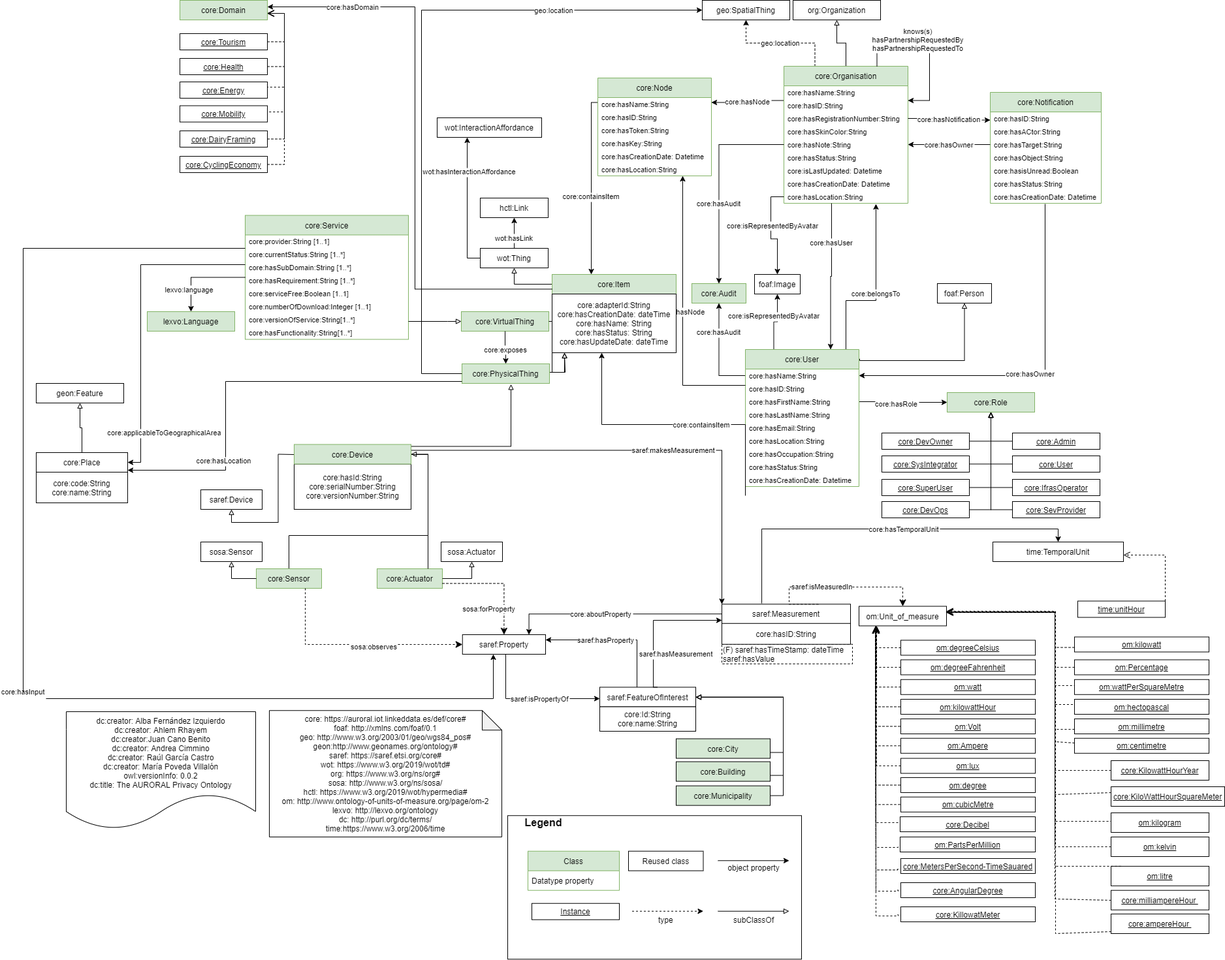
Earlier version of the draw.io export diagrams/core.png (oeg-upm/auroral-core-ontology). Source tidied: cells renumbered, new cells last; positions are measured from the earlier drawing's top-left corner, leaving out a move shared by most shapes.
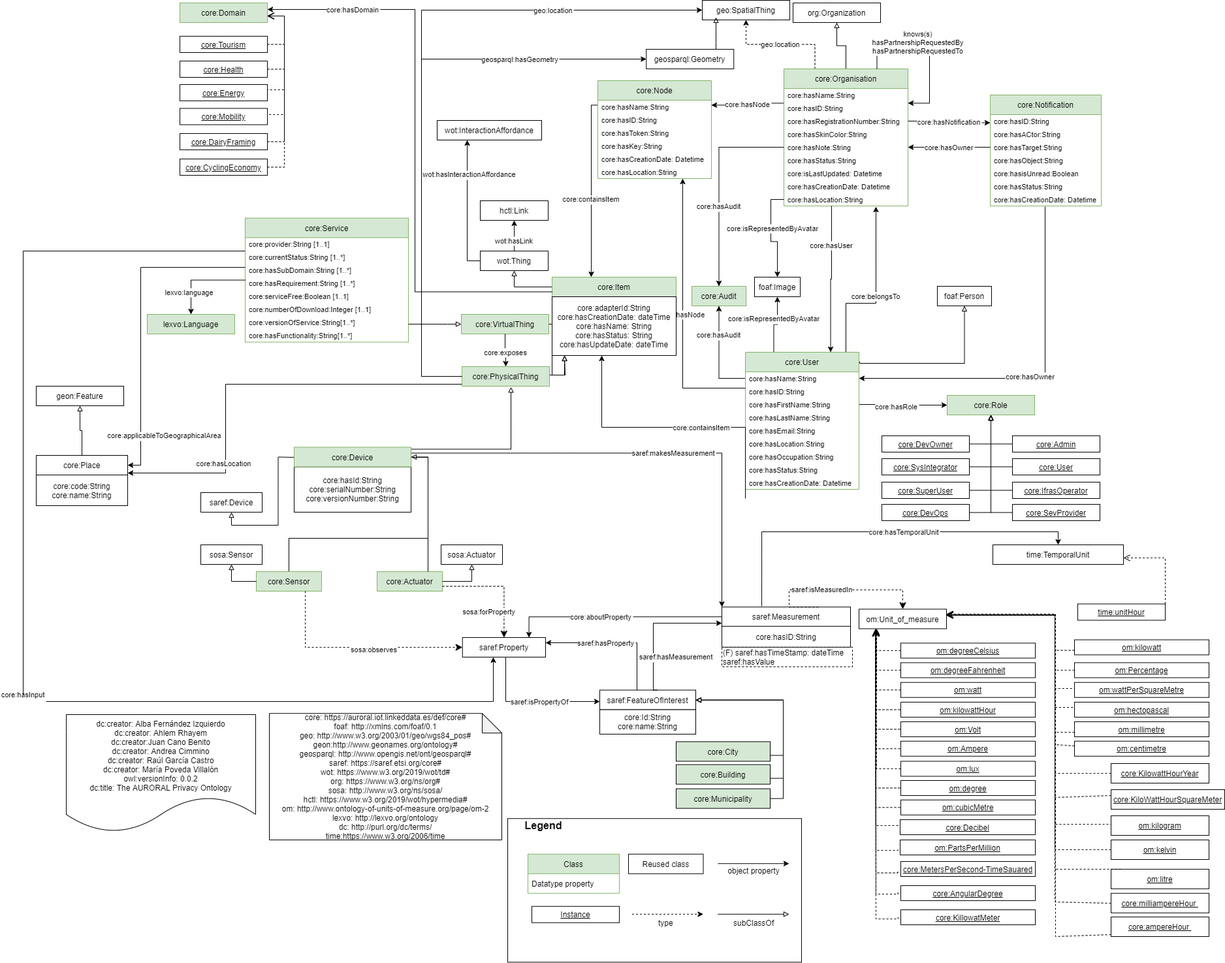
After the change.

What changed in the source:
```diff
@@ -17,7 +17,7 @@
     <mxCell id="4" value="dc:creator: Alba Fernández Izquierdo&#10;dc:creator: Ahlem Rhayem&#10;dc:creator:Juan Cano Benito&#10;dc:creator: Andrea Cimmino&#10;dc:creator: Raúl García Castro&#10;dc:creator: María Poveda Villalón&#10;owl:versionInfo: 0.0.2&#10;dc:title: The AURORAL Privacy Ontology" style="shape=document;boundedLbl=1;" parent="1" vertex="1">
       <mxGeometry x="66" y="1090" width="290" height="180" as="geometry" />
     </mxCell>
-    <mxCell id="5" value="core: https://auroral.iot.linkeddata.es/def/core#&#10;foaf: http://xmlns.com/foaf/0.1&#10;geo: http://www.w3.org/2003/01/geo/wgs84_pos#&#10;geon:http://www.geonames.org/ontology#&#10;saref: https://saref.etsi.org/core#&#10;wot: https://www.w3.org/2019/wot/td#&#10;org: https://www.w3.org/ns/org#&#10;sosa: http://www.w3.org/ns/sosa/&#10;hctl: https://www.w3.org/2019/wot/hypermedia#&#10;om: http://www.ontology-of-units-of-measure.org/page/om-2&#10;lexvo: http://lexvo.org/ontology&#10;dc: http://purl.org/dc/terms/&#10;time:https://www.w3.org/2006/time" style="shape=note;backgroundOutline=1;darkOpacity=0.05;" parent="1" vertex="1">
+    <mxCell id="5" value="core: https://auroral.iot.linkeddata.es/def/core#&#10;foaf: http://xmlns.com/foaf/0.1&#10;geo: http://www.w3.org/2003/01/geo/wgs84_pos#&#10;geon:http://www.geonames.org/ontology#&#10;geosparql: http://www.opengis.net/ont/geosparql#&#10;saref: https://saref.etsi.org/core#&#10;wot: https://www.w3.org/2019/wot/td#&#10;org: https://www.w3.org/ns/org#&#10;sosa: http://www.w3.org/ns/sosa/&#10;hctl: https://www.w3.org/2019/wot/hypermedia#&#10;om: http://www.ontology-of-units-of-measure.org/page/om-2&#10;lexvo: http://lexvo.org/ontology&#10;dc: http://purl.org/dc/terms/&#10;time:https://www.w3.org/2006/time" style="shape=note;backgroundOutline=1;darkOpacity=0.05;" parent="1" vertex="1">
       <mxGeometry x="377" y="1088.2" width="356" height="193.8" as="geometry" />
     </mxCell>
     <mxCell id="6" style="edgeStyle=orthogonalEdgeStyle;rounded=0;jettySize=auto;html=1;exitX=0.5;exitY=0;exitDx=0;exitDy=0;endArrow=block;endFill=0;" parent="1" edge="1" source="9" target="44">
@@ -152,7 +152,7 @@
       <mxGeometry x="1179" width="134" height="30" as="geometry" />
     </mxCell>
     <mxCell id="45" value="geo:SpatialThing" style="rounded=0;whiteSpace=wrap;html=1;" parent="1" vertex="1">
-      <mxGeometry x="1040" width="134" height="30" as="geometry" />
+      <mxGeometry x="1040" y="-4" width="134" height="30" as="geometry" />
     </mxCell>
     <mxCell id="46" value="foaf:Person" style="rounded=0;whiteSpace=wrap;html=1;" parent="1" vertex="1">
       <mxGeometry x="1400" y="434" width="83" height="30" as="geometry" />
@@ -663,7 +663,7 @@
       <mxGeometry x="0.57" relative="1" as="geometry">
         <Array as="points">
           <mxPoint x="610" y="572" />
-          <mxPoint x="610" y="15" />
+          <mxPoint x="610" y="11" />
         </Array>
         <mxPoint x="1" as="offset" />
       </mxGeometry>
@@ -1035,5 +1035,25 @@
     <mxCell id="239" value="core:code:String&lt;br&gt;core:name:String&lt;br&gt;" style="rounded=0;whiteSpace=wrap;html=1;" parent="1" vertex="1">
       <mxGeometry x="20" y="723" width="140" height="47" as="geometry" />
     </mxCell>
+    <mxCell id="240" value="geosparql:Geometry" style="rounded=0;whiteSpace=wrap;html=1;" parent="1" vertex="1">
+      <mxGeometry x="954.2" y="71" width="134" height="30" as="geometry" />
+    </mxCell>
+    <mxCell id="241" style="edgeStyle=orthogonalEdgeStyle;rounded=0;jettySize=auto;html=1;endArrow=block;endFill=0;entryX=0.157;entryY=0.867;entryDx=0;entryDy=0;entryPerimeter=0;" parent="1" edge="1" source="240" target="45">
+      <mxGeometry relative="1" as="geometry">
+        <Array as="points">
+          <mxPoint x="1061" y="60" />
+          <mxPoint x="1061" y="60" />
+        </Array>
+      </mxGeometry>
+    </mxCell>
+    <mxCell id="242" value="geosparql:hasGeometry" style="edgeStyle=orthogonalEdgeStyle;rounded=0;jettySize=auto;fontSize=11;endArrow=classic;endFill=1;" parent="1" edge="1" source="162" target="240">
+      <mxGeometry x="0.57" relative="1" as="geometry">
+        <Array as="points">
+          <mxPoint x="610" y="572" />
+          <mxPoint x="610" y="86" />
+        </Array>
+        <mxPoint x="1" as="offset" />
+      </mxGeometry>
+    </mxCell>
   </root>
 </mxGraphModel>
```
